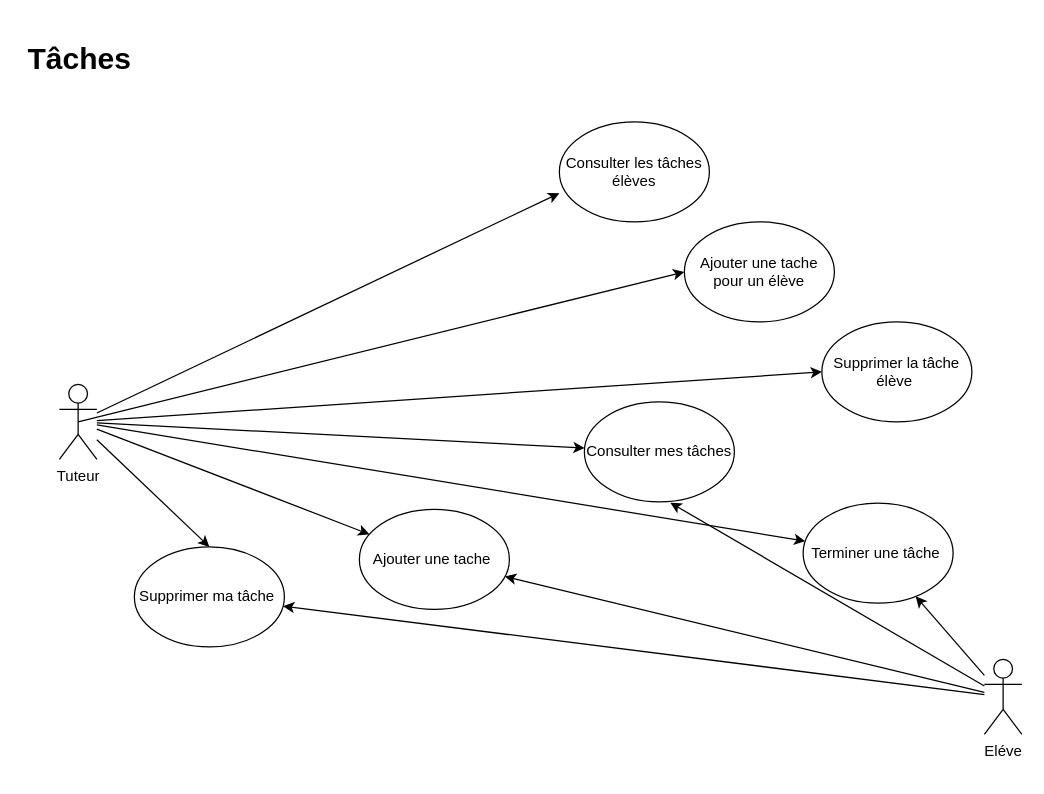
The draw.io diagram page "Tâches" (5 of 6) of P10Uml.drawio in tetyanachouteau/P10LHome, before the edit. Source tidied: cells renumbered, new cells numbered last; positions are measured from the earlier drawing's top-left corner, leaving out a move shared by most shapes. Both pictures are drawn from the tidied source at 125%, with x=0, y=0 at pixel (21, 34).
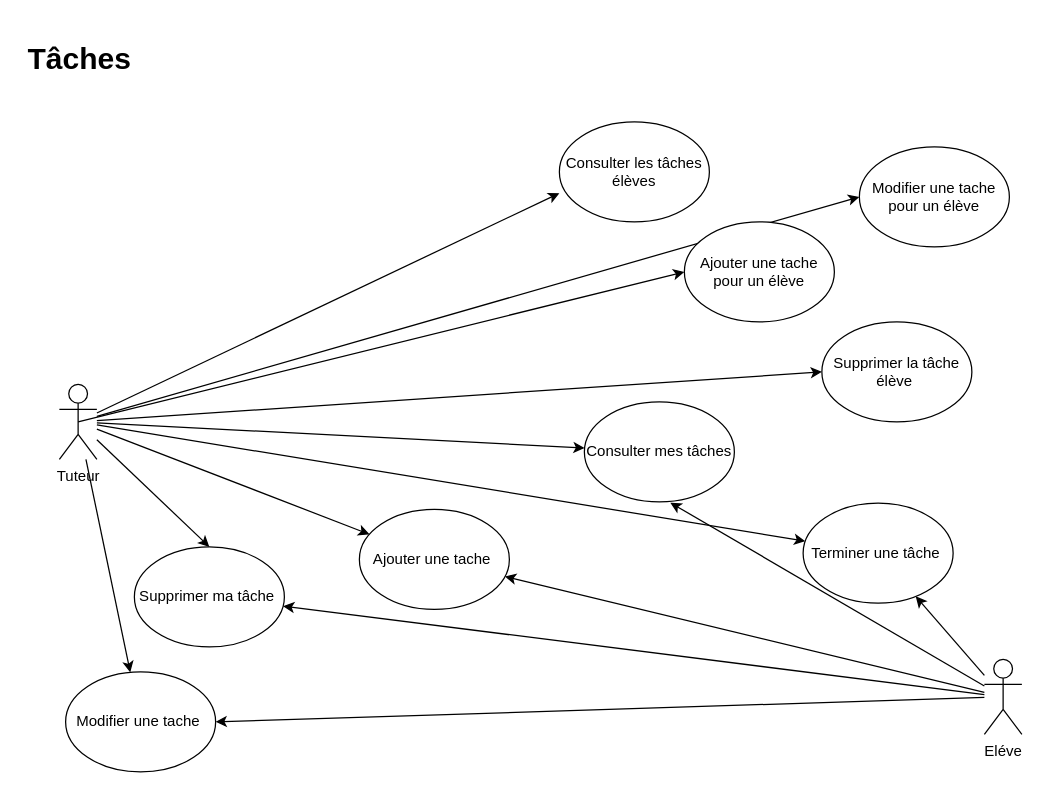
The same page after the edit.

Commit message:
Mettre à jour P10Uml.drawio

Unchanged cells that the change refers to:
```xml
<mxCell id="9" value="Tuteur" style="shape=umlActor;verticalLabelPosition=bottom;verticalAlign=top;html=1;outlineConnect=0;" parent="1" vertex="1">
  <mxGeometry x="30" y="280" width="30" height="60" as="geometry" />
</mxCell>
<mxCell id="14" value="Eléve" style="shape=umlActor;verticalLabelPosition=bottom;verticalAlign=top;html=1;outlineConnect=0;" parent="1" vertex="1">
  <mxGeometry x="770" y="500" width="30" height="60" as="geometry" />
</mxCell>
```

Diff of the diagram source:
```diff
@@
+    <mxCell id="24" style="rounded=0;jettySize=auto;html=1;entryX=0;entryY=0.5;entryDx=0;entryDy=0;" parent="1" edge="1" source="9" target="27">
+      <mxGeometry relative="1" as="geometry" />
+    </mxCell>
+    <mxCell id="25" style="rounded=0;jettySize=auto;html=1;" parent="1" edge="1" source="9" target="28">
+      <mxGeometry relative="1" as="geometry" />
+    </mxCell>
@@
+    <mxCell id="26" style="rounded=0;jettySize=auto;html=1;entryX=1;entryY=0.5;entryDx=0;entryDy=0;" parent="1" edge="1" source="14" target="28">
+      <mxGeometry relative="1" as="geometry" />
+    </mxCell>
@@
+    <mxCell id="27" value="Modifier une tache pour un élève" style="ellipse;whiteSpace=wrap;html=1;" parent="1" vertex="1">
+      <mxGeometry x="670" y="90" width="120" height="80" as="geometry" />
+    </mxCell>
+    <mxCell id="28" value="Modifier une tache&amp;nbsp;" style="ellipse;whiteSpace=wrap;html=1;" parent="1" vertex="1">
+      <mxGeometry x="35" y="510" width="120" height="80" as="geometry" />
+    </mxCell>
```
